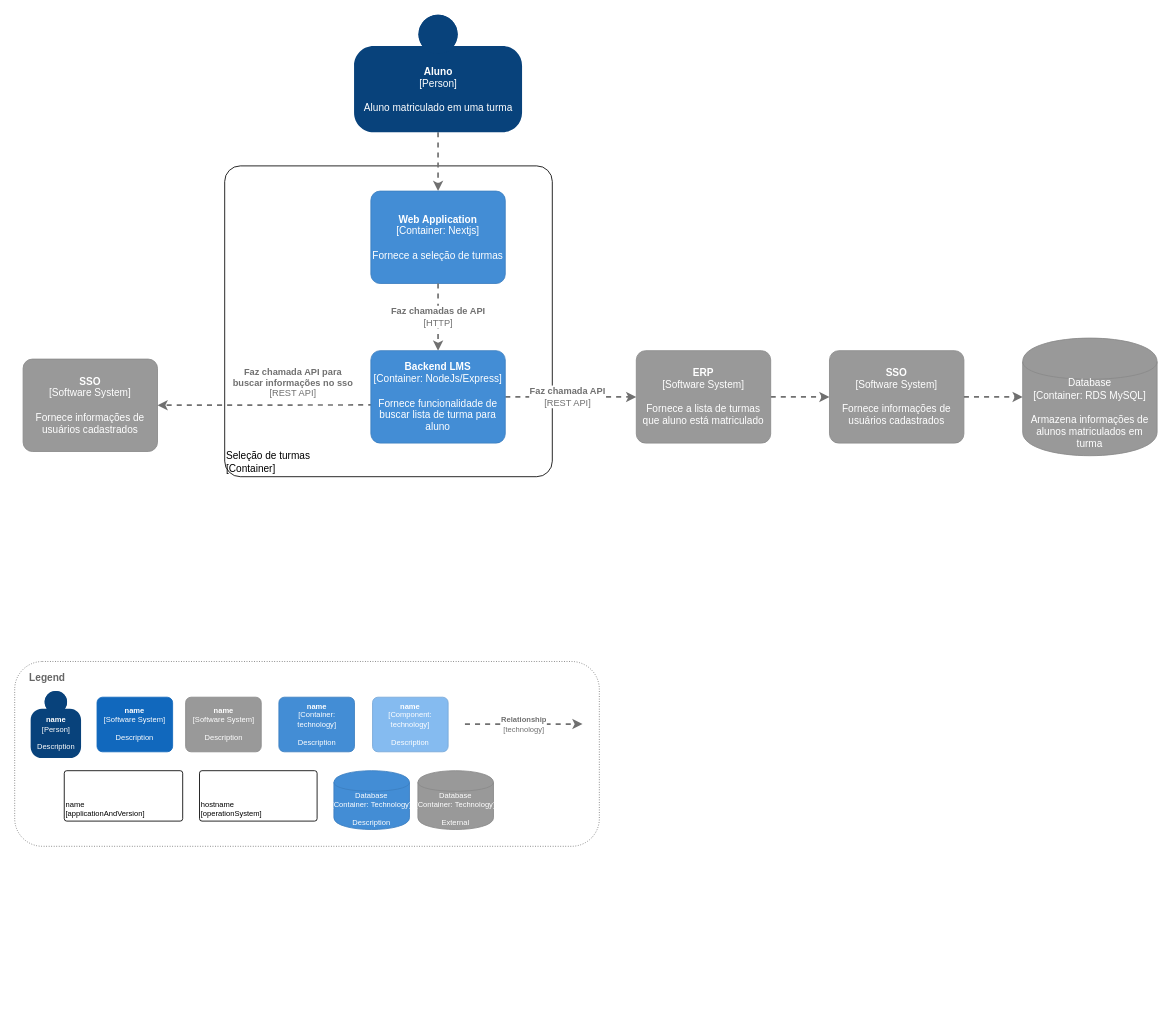
Above: page "C4 Container" (2 of 4) of Design Doc LMS.drawio in eldoncosta1/diagrams (draw.io), before the change. Source tidied: cells renumbered, new cells numbered last; positions are measured from the earlier drawing's top-left corner, leaving out a move shared by most shapes. Both pictures are drawn from the tidied source at 84%, with x=0, y=0 at pixel (14, 14).
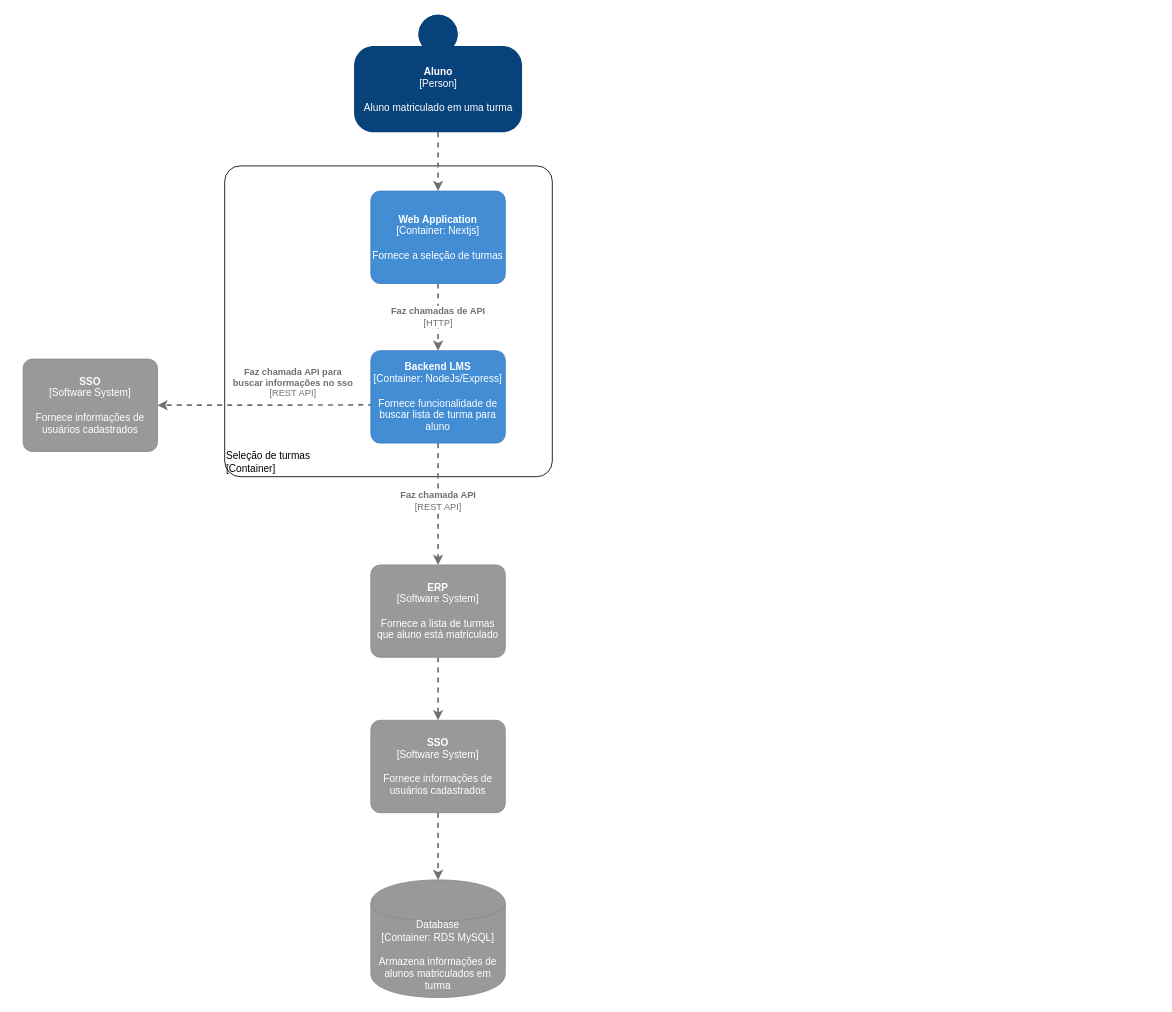
After the change.

The change refers to these unchanged cells:
```xml
<object id="11" label="&lt;b&gt;%c4Name%&lt;/b&gt;&lt;div&gt;[%c4Type%: %c4Technology%]&lt;/div&gt;&lt;br&gt;&lt;div&gt;%c4Description%&lt;/div&gt;" c4Description="Fornece funcionalidade de buscar lista de turma para aluno" c4Name="Backend LMS" c4Technology="NodeJs/Express" c4Type="Container" placeholders="1">
  <mxCell style="rounded=1;whiteSpace=wrap;html=1;labelBackgroundColor=none;fillColor=#438DD5;fontColor=#ffffff;align=center;arcSize=10;strokeColor=#3C7FC0;metaData={&quot;c4Type&quot;:{&quot;editable&quot;:false}};points=[[0.25,0,0],[0.5,0,0],[0.75,0,0],[1,0.25,0],[1,0.5,0],[1,0.75,0],[0.75,1,0],[0.5,1,0],[0.25,1,0],[0,0.75,0],[0,0.5,0],[0,0.25,0]];" parent="1" vertex="1">
    <mxGeometry x="424" y="400" width="160" height="110" as="geometry" />
  </mxCell>
</object>
```

The edit, as a diff of the source:
```diff
@@
     <object id="7" label="&lt;div style=&quot;text-align: left&quot;&gt;&lt;div style=&quot;text-align: center&quot;&gt;&lt;b&gt;%c4Description%&lt;/b&gt;&lt;/div&gt;&lt;div style=&quot;text-align: center&quot;&gt;[%c4Technology%]&lt;/div&gt;&lt;/div&gt;" c4Description="Faz chamada API" c4Technology="REST API" placeholders="1">
-      <mxCell style="edgeStyle=none;rounded=0;html=1;jettySize=auto;strokeColor=#707070;strokeWidth=2;fontColor=#707070;jumpStyle=none;dashed=1;metaData={&quot;c4Type&quot;:{&quot;editable&quot;:false}};entryX=0;entryY=0.5;entryDx=0;entryDy=0;entryPerimeter=0;" parent="1" edge="1" source="11" target="26">
+      <mxCell style="edgeStyle=none;rounded=0;html=1;jettySize=auto;strokeColor=#707070;strokeWidth=2;fontColor=#707070;jumpStyle=none;dashed=1;metaData={&quot;c4Type&quot;:{&quot;editable&quot;:false}};" parent="1" edge="1" source="11" target="26">
         <mxGeometry x="-0.05" relative="1" as="geometry" />
       </mxCell>
     </object>
     <object id="8" label="%c4Type%&lt;div style=&quot;font-size: 12px;&quot;&gt;[Container:&amp;nbsp;%c4Technology%]&lt;/div&gt;&lt;br style=&quot;font-size: 12px;&quot;&gt;&lt;div style=&quot;font-size: 12px;&quot;&gt;%c4Description%&lt;/div&gt;" c4Description="Armazena informações de alunos matriculados em turma" c4Technology="RDS MySQL" c4Type="Database" placeholders="1">
       <mxCell style="shape=cylinder;whiteSpace=wrap;html=1;boundedLbl=1;rounded=1;labelBackgroundColor=none;fillColor=#999999;fontSize=12;fontColor=#ffffff;align=center;strokeColor=#8A8A8A;points=[[0.5,0,0],[1,0.25,0],[1,0.5,0],[1,0.75,0],[0.5,1,0],[0,0.75,0],[0,0.5,0],[0,0.25,0]];metaData={&quot;c4Type&quot;:{&quot;editable&quot;:false}};arcSize=10;" parent="1" vertex="1">
-        <mxGeometry x="1200" y="385" width="160" height="140" as="geometry" />
+        <mxGeometry x="424" y="1030" width="160" height="140" as="geometry" />
       </mxCell>
     </object>
@@
-    <mxCell id="12" style="group;" parent="1" vertex="1">
-      <mxGeometry y="770" width="696" height="220" as="geometry" />
-    </mxCell>
-    <mxCell id="13" style="rounded=1;whiteSpace=wrap;html=1;fillColor=none;strokeColor=#666666;dashed=1;dashPattern=1 2;fontColor=#666666;" parent="12" vertex="1">
-      <mxGeometry width="696" height="220" as="geometry" />
-    </mxCell>
-    <mxCell id="14" value="Legend" style="text;html=1;strokeColor=none;fillColor=none;align=center;verticalAlign=middle;whiteSpace=wrap;rounded=0;fontStyle=1;fontColor=#666666;" parent="12" vertex="1">
-      <mxGeometry x="19" y="10" width="40" height="20" as="geometry" />
-    </mxCell>
-    <object id="15" label="&lt;b style=&quot;font-size: 9px;&quot;&gt;%c4Name%&lt;/b&gt;&lt;div style=&quot;font-size: 9px;&quot;&gt;[%c4Type%]&lt;/div&gt;&lt;br style=&quot;font-size: 9px;&quot;&gt;&lt;div style=&quot;font-size: 9px;&quot;&gt;%c4Description%&lt;/div&gt;" c4Description="Description" c4Name="name" c4Type="Person" placeholders="1">
-      <mxCell style="html=1;dashed=0;whitespace=wrap;fillColor=#08427b;strokeColor=none;fontColor=#ffffff;shape=mxgraph.c4.person;align=center;metaData={&quot;c4Type&quot;:{&quot;editable&quot;:false}};fontSize=9;" parent="12" vertex="1">
-        <mxGeometry x="19" y="35" width="60" height="80" as="geometry" />
-      </mxCell>
-    </object>
-    <object id="16" label="&lt;b style=&quot;font-size: 9px;&quot;&gt;%c4Name%&lt;/b&gt;&lt;div style=&quot;font-size: 9px;&quot;&gt;[%c4Type%]&lt;/div&gt;&lt;br style=&quot;font-size: 9px;&quot;&gt;&lt;div style=&quot;font-size: 9px;&quot;&gt;%c4Description%&lt;/div&gt;" c4Description="Description" c4Name="name" c4Type="Software System" placeholders="1">
-      <mxCell style="rounded=1;whiteSpace=wrap;html=1;labelBackgroundColor=none;fillColor=#1168BD;fontColor=#ffffff;align=center;arcSize=10;strokeColor=#1168BD;metaData={&quot;c4Type&quot;:{&quot;editable&quot;:false}};fontSize=9;" parent="12" vertex="1">
-        <mxGeometry x="98" y="42.5" width="90" height="65" as="geometry" />
-      </mxCell>
-    </object>
-    <object id="17" label="&lt;b style=&quot;font-size: 9px;&quot;&gt;%c4Name%&lt;/b&gt;&lt;div style=&quot;font-size: 9px;&quot;&gt;[%c4Type%]&lt;/div&gt;&lt;br style=&quot;font-size: 9px;&quot;&gt;&lt;div style=&quot;font-size: 9px;&quot;&gt;%c4Description%&lt;/div&gt;" c4Description="Description" c4Name="name" c4Type="Software System" placeholders="1">
-      <mxCell style="rounded=1;whiteSpace=wrap;html=1;labelBackgroundColor=none;fillColor=#999999;fontColor=#ffffff;align=center;arcSize=10;strokeColor=#8A8A8A;metaData={&quot;c4Type&quot;:{&quot;editable&quot;:false}};fontSize=9;" parent="12" vertex="1">
-        <mxGeometry x="203.5" y="42.5" width="90" height="65" as="geometry" />
-      </mxCell>
-    </object>
-    <object id="18" label="&lt;b style=&quot;font-size: 9px;&quot;&gt;%c4Name%&lt;/b&gt;&lt;div style=&quot;font-size: 9px;&quot;&gt;[%c4Type%: %c4Technology%]&lt;/div&gt;&lt;br style=&quot;font-size: 9px;&quot;&gt;&lt;div style=&quot;font-size: 9px;&quot;&gt;%c4Description%&lt;/div&gt;" c4Description="Description" c4Name="name" c4Technology="technology" c4Type="Component" placeholders="1">
-      <mxCell style="rounded=1;whiteSpace=wrap;html=1;labelBackgroundColor=none;fillColor=#85BBF0;fontColor=#ffffff;align=center;arcSize=10;strokeColor=#78A8D8;metaData={&quot;c4Type&quot;:{&quot;editable&quot;:false}};fontSize=9;" parent="12" vertex="1">
-        <mxGeometry x="426" y="42.5" width="90" height="65" as="geometry" />
-      </mxCell>
-    </object>
-    <object id="19" label="&lt;b style=&quot;font-size: 9px;&quot;&gt;%c4Name%&lt;/b&gt;&lt;div style=&quot;font-size: 9px;&quot;&gt;[%c4Type%: %c4Technology%]&lt;/div&gt;&lt;br style=&quot;font-size: 9px;&quot;&gt;&lt;div style=&quot;font-size: 9px;&quot;&gt;%c4Description%&lt;/div&gt;" c4Description="Description" c4Name="name" c4Technology="technology" c4Type="Container" placeholders="1">
-      <mxCell style="rounded=1;whiteSpace=wrap;html=1;labelBackgroundColor=none;fillColor=#438DD5;fontColor=#ffffff;align=center;arcSize=10;strokeColor=#3C7FC0;metaData={&quot;c4Type&quot;:{&quot;editable&quot;:false}};fontSize=9;" parent="12" vertex="1">
-        <mxGeometry x="314.5" y="42.5" width="90" height="65" as="geometry" />
-      </mxCell>
-    </object>
-    <object id="20" label="&lt;div style=&quot;text-align: left; font-size: 9px;&quot;&gt;%c4Name%&lt;/div&gt;&lt;div style=&quot;text-align: left; font-size: 9px;&quot;&gt;[%c4Application%]&lt;/div&gt;" c4Application="applicationAndVersion" c4Name="name" placeholders="1">
-      <mxCell style="rounded=1;whiteSpace=wrap;html=1;labelBackgroundColor=none;fillColor=#ffffff;fontColor=#000000;align=left;arcSize=5;strokeColor=#000000;verticalAlign=bottom;metaData={&quot;c4Type&quot;:{&quot;editable&quot;:false}};fontSize=9;" parent="12" vertex="1">
-        <mxGeometry x="59" y="130" width="141" height="60" as="geometry" />
-      </mxCell>
-    </object>
-    <object id="21" label="&lt;div style=&quot;text-align: left; font-size: 9px;&quot;&gt;%c4Name%&lt;/div&gt;&lt;div style=&quot;text-align: left; font-size: 9px;&quot;&gt;[%c4OperationSystem%]&lt;/div&gt;&lt;div style=&quot;text-align: right; font-size: 9px;&quot;&gt;%c4ScalingFactor%&lt;/div&gt;" c4Name="hostname" c4OperationSystem="operationSystem" c4ScalingFactor="" placeholders="1">
-      <mxCell style="rounded=1;whiteSpace=wrap;html=1;labelBackgroundColor=none;fillColor=#ffffff;fontColor=#000000;align=left;arcSize=5;strokeColor=#000000;verticalAlign=bottom;metaData={&quot;c4Type&quot;:{&quot;editable&quot;:false}};fontSize=9;" parent="12" vertex="1">
-        <mxGeometry x="220" y="130" width="140" height="60" as="geometry" />
-      </mxCell>
-    </object>
-    <object id="22" label="%c4Type%&lt;div style=&quot;font-size: 9px;&quot;&gt;[Container:&amp;nbsp;%c4Technology%]&lt;/div&gt;&lt;br style=&quot;font-size: 9px;&quot;&gt;&lt;div style=&quot;font-size: 9px;&quot;&gt;%c4Description%&lt;/div&gt;" c4Description="Description" c4Technology="Technology" c4Type="Database" placeholders="1">
-      <mxCell style="shape=cylinder;whiteSpace=wrap;html=1;boundedLbl=1;rounded=0;labelBackgroundColor=none;fillColor=#438DD5;fontSize=9;fontColor=#ffffff;align=center;strokeColor=#3C7FC0;metaData={&quot;c4Type&quot;:{&quot;editable&quot;:false}};" parent="12" vertex="1">
-        <mxGeometry x="380" y="130" width="90" height="70" as="geometry" />
-      </mxCell>
-    </object>
-    <object id="23" label="%c4Type%&lt;div style=&quot;font-size: 9px;&quot;&gt;[Container:&amp;nbsp;%c4Technology%]&lt;/div&gt;&lt;br style=&quot;font-size: 9px;&quot;&gt;&lt;div style=&quot;font-size: 9px;&quot;&gt;%c4Description%&lt;/div&gt;" c4Description="External" c4Technology="Technology" c4Type="Database" placeholders="1">
-      <mxCell style="shape=cylinder;whiteSpace=wrap;html=1;boundedLbl=1;rounded=1;labelBackgroundColor=none;fillColor=#999999;fontSize=9;fontColor=#ffffff;align=center;strokeColor=#8A8A8A;metaData={&quot;c4Type&quot;:{&quot;editable&quot;:false}};arcSize=10;" parent="12" vertex="1">
-        <mxGeometry x="480" y="130" width="90" height="70" as="geometry" />
-      </mxCell>
-    </object>
-    <object id="24" label="&lt;div style=&quot;text-align: left; font-size: 9px;&quot;&gt;&lt;div style=&quot;text-align: center; font-size: 9px;&quot;&gt;&lt;b style=&quot;font-size: 9px;&quot;&gt;%c4Description%&lt;/b&gt;&lt;/div&gt;&lt;div style=&quot;text-align: center; font-size: 9px;&quot;&gt;[%c4Technology%]&lt;/div&gt;&lt;/div&gt;" c4Description="Relationship" c4Technology="technology" placeholders="1">
-      <mxCell style="edgeStyle=none;rounded=0;html=1;jettySize=auto;orthogonalLoop=1;strokeColor=#707070;strokeWidth=2;fontColor=#707070;jumpStyle=none;dashed=1;metaData={&quot;c4Type&quot;:{&quot;editable&quot;:false}};fontSize=9;" parent="12" edge="1">
-        <mxGeometry relative="1" as="geometry">
-          <mxPoint x="536" y="74.5" as="sourcePoint" />
-          <mxPoint x="676" y="74.5" as="targetPoint" />
-        </mxGeometry>
-      </mxCell>
-    </object>
@@
     <object id="26" label="&lt;b&gt;%c4Name%&lt;/b&gt;&lt;div&gt;[%c4Type%]&lt;/div&gt;&lt;br&gt;&lt;div&gt;%c4Description%&lt;/div&gt;" c4Description="Fornece a lista de turmas que aluno está matriculado" c4Name="ERP" c4Type="Software System" placeholders="1">
       <mxCell style="rounded=1;whiteSpace=wrap;html=1;labelBackgroundColor=none;fillColor=#999999;fontColor=#ffffff;align=center;arcSize=10;strokeColor=#8A8A8A;metaData={&quot;c4Type&quot;:{&quot;editable&quot;:false}};points=[[0.25,0,0],[0.5,0,0],[0.75,0,0],[1,0.25,0],[1,0.5,0],[1,0.75,0],[0.75,1,0],[0.5,1,0],[0.25,1,0],[0,0.75,0],[0,0.5,0],[0,0.25,0]];" parent="1" vertex="1">
-        <mxGeometry x="740" y="400" width="160" height="110" as="geometry" />
+        <mxGeometry x="424" y="655" width="160" height="110" as="geometry" />
       </mxCell>
     </object>
     <object id="27" label="&lt;b&gt;%c4Name%&lt;/b&gt;&lt;div&gt;[%c4Type%]&lt;/div&gt;&lt;br&gt;&lt;div&gt;%c4Description%&lt;/div&gt;" c4Description="Fornece informações de usuários cadastrados" c4Name="SSO" c4Type="Software System" placeholders="1">
       <mxCell style="rounded=1;whiteSpace=wrap;html=1;labelBackgroundColor=none;fillColor=#999999;fontColor=#ffffff;align=center;arcSize=10;strokeColor=#8A8A8A;metaData={&quot;c4Type&quot;:{&quot;editable&quot;:false}};points=[[0.25,0,0],[0.5,0,0],[0.75,0,0],[1,0.25,0],[1,0.5,0],[1,0.75,0],[0.75,1,0],[0.5,1,0],[0.25,1,0],[0,0.75,0],[0,0.5,0],[0,0.25,0]];" parent="1" vertex="1">
-        <mxGeometry x="970" y="400" width="160" height="110" as="geometry" />
+        <mxGeometry x="424" y="840" width="160" height="110" as="geometry" />
       </mxCell>
     </object>
-    <mxCell id="28" style="edgeStyle=orthogonalEdgeStyle;rounded=0;jettySize=auto;html=1;entryX=0;entryY=0.5;entryDx=0;entryDy=0;entryPerimeter=0;strokeWidth=2;strokeColor=#707070;dashed=1;" parent="1" edge="1" source="27" target="8">
+    <mxCell id="28" style="edgeStyle=orthogonalEdgeStyle;rounded=0;jettySize=auto;html=1;entryX=0.5;entryY=0;entryDx=0;entryDy=0;entryPerimeter=0;strokeWidth=2;strokeColor=#707070;dashed=1;" parent="1" edge="1" source="27" target="8">
       <mxGeometry relative="1" as="geometry" />
     </mxCell>
```
